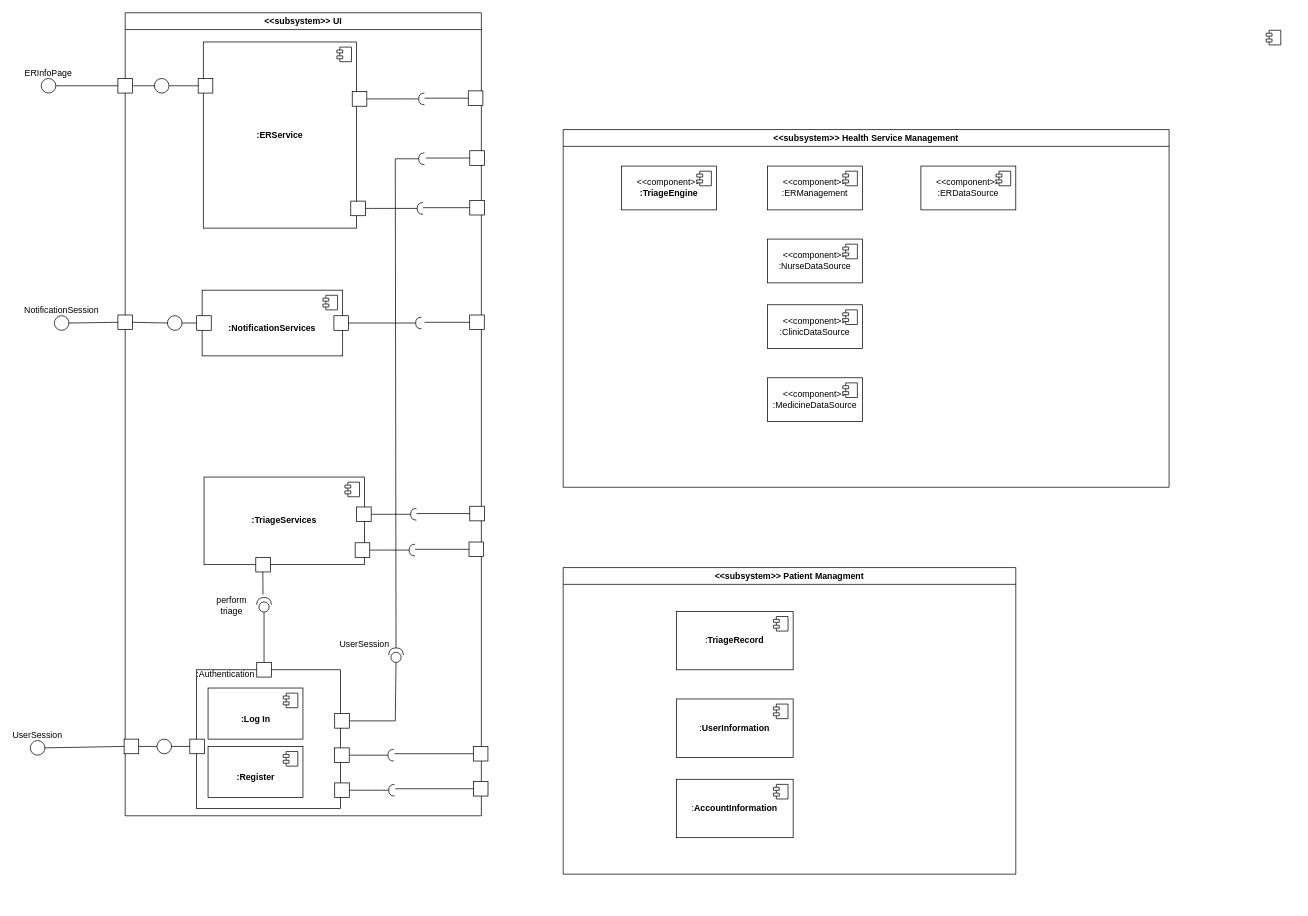
This is Usecases/C&C.drawio from uvic-teach/project-m1-team8, a draw.io file, before an edit. Source tidied: cells renumbered, new cells numbered last; positions are measured from the earlier drawing's top-left corner, leaving out a move shared by most shapes. Both pictures are drawn from the tidied source at 73%, with x=0, y=0 at pixel (15, 12).
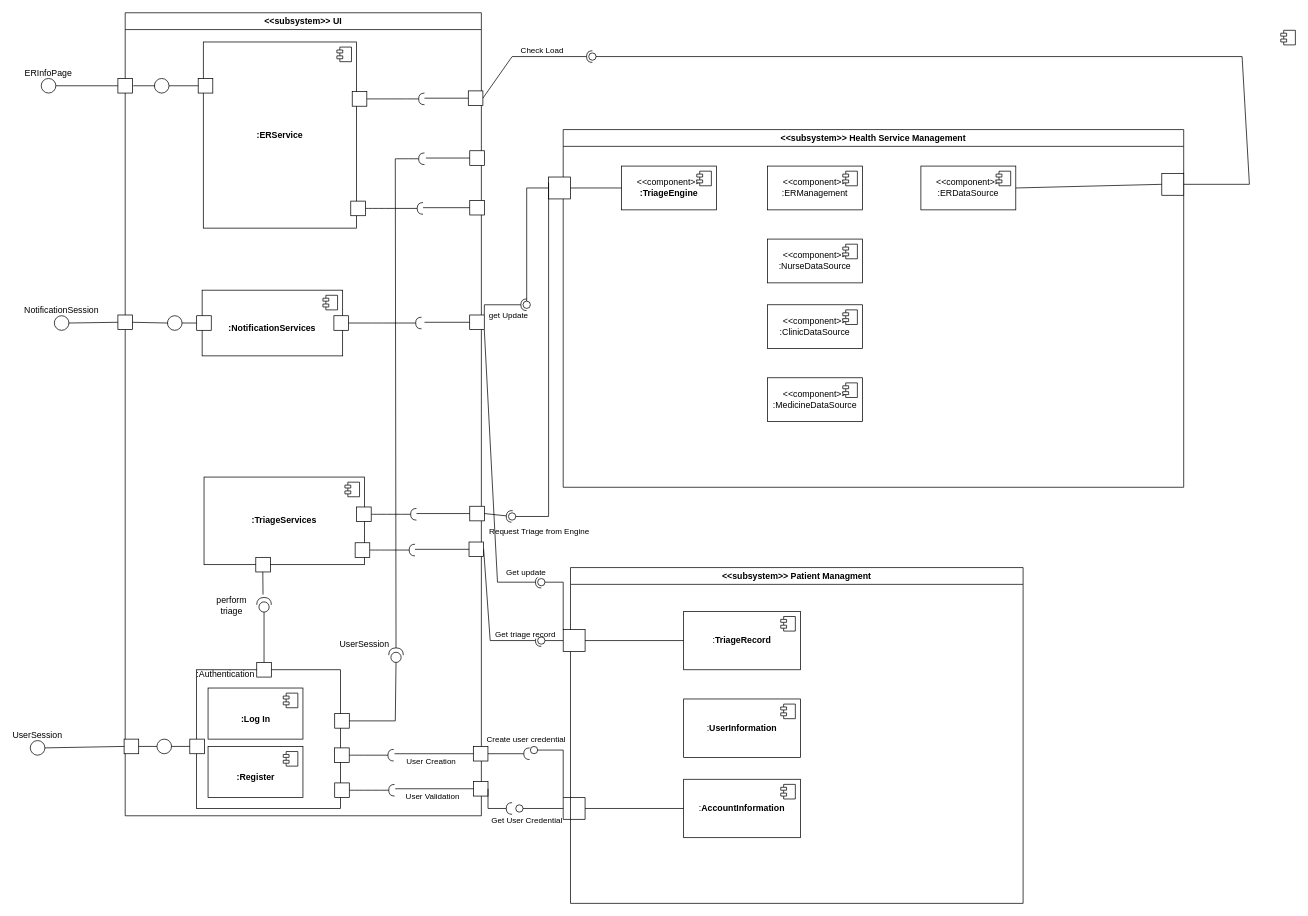
The same diagram, later.

Unchanged cells that the change refers to:
```xml
<mxCell id="28" style="whiteSpace=wrap;html=1;" parent="2" vertex="1">
  <mxGeometry x="471" y="725" width="20" height="20" as="geometry" />
</mxCell>
<mxCell id="32" style="whiteSpace=wrap;html=1;" parent="2" vertex="1">
  <mxGeometry x="472" y="676" width="20" height="20" as="geometry" />
</mxCell>
<mxCell id="51" style="whiteSpace=wrap;html=1;" parent="2" vertex="1">
  <mxGeometry x="471.9" y="414" width="20" height="20" as="geometry" />
</mxCell>
<mxCell id="56" style="whiteSpace=wrap;html=1;" parent="2" vertex="1">
  <mxGeometry x="477" y="1053" width="20" height="20" as="geometry" />
</mxCell>
<mxCell id="57" style="endArrow=none;html=1;rounded=0;entryX=0;entryY=0.5;entryDx=0;entryDy=0;" parent="2" edge="1" target="56">
  <mxGeometry relative="1" as="geometry">
    <mxPoint x="370" y="1063" as="sourcePoint" />
  </mxGeometry>
</mxCell>
<mxCell id="61" style="whiteSpace=wrap;html=1;" parent="2" vertex="1">
  <mxGeometry x="476.9" y="1005" width="20" height="20" as="geometry" />
</mxCell>
<mxCell id="62" style="endArrow=none;html=1;rounded=0;entryX=0;entryY=0.5;entryDx=0;entryDy=0;" parent="2" edge="1" target="61">
  <mxGeometry relative="1" as="geometry">
    <mxPoint x="368.9" y="1015" as="sourcePoint" />
  </mxGeometry>
</mxCell>
<mxCell id="64" value="&amp;lt;&amp;lt;component&amp;gt;&amp;gt;&lt;br&gt;&lt;b&gt;:TriageEngine&lt;br&gt;&lt;/b&gt;" style="html=1;whiteSpace=wrap;" parent="63" vertex="1">
  <mxGeometry x="80" y="50" width="130" height="60" as="geometry" />
</mxCell>
<mxCell id="72" value="&lt;div&gt;&amp;lt;&amp;lt;component&amp;gt;&amp;gt; &lt;br&gt;&lt;/div&gt;&lt;div&gt;:ERDataSource&lt;/div&gt;" style="html=1;whiteSpace=wrap;" parent="63" vertex="1">
  <mxGeometry x="490" y="50" width="130" height="60" as="geometry" />
</mxCell>
<mxCell id="80" value=":&lt;b&gt;AccountInformation&lt;/b&gt;" style="html=1;whiteSpace=wrap;" parent="77" vertex="1">
  <mxGeometry x="155" y="290" width="160" height="80" as="geometry" />
</mxCell>
<mxCell id="82" value=":&lt;b&gt;TriageRecord&lt;/b&gt;" style="html=1;whiteSpace=wrap;" parent="77" vertex="1">
  <mxGeometry x="155" y="60" width="160" height="80" as="geometry" />
</mxCell>
<mxCell id="108" style="whiteSpace=wrap;html=1;" parent="1" vertex="1">
  <mxGeometry x="620" y="107" width="20" height="20" as="geometry" />
</mxCell>
```

Diff of the diagram source:
```diff
@@
+    <mxCell id="110" value="User Validation" style="edgeLabel;html=1;align=center;verticalAlign=middle;" parent="57" vertex="1">
+      <mxGeometry x="0.28" y="3" relative="1" as="geometry">
+        <mxPoint x="-18" y="13" as="offset" />
+      </mxGeometry>
+    </mxCell>
@@
+    <mxCell id="111" value="User Creation" style="edgeLabel;html=1;align=center;verticalAlign=middle;" parent="62" vertex="1">
+      <mxGeometry x="-0.1" y="-4" relative="1" as="geometry">
+        <mxPoint x="1" y="6" as="offset" />
+      </mxGeometry>
+    </mxCell>
     <mxCell id="63" value="&amp;lt;&amp;lt;subsystem&amp;gt;&amp;gt; Health Service Management" style="swimlane;whiteSpace=wrap;html=1;" parent="1" vertex="1">
-      <mxGeometry x="750" y="160" width="830" height="490" as="geometry" />
+      <mxGeometry x="750" y="160" width="850" height="490" as="geometry" />
     </mxCell>
@@
+    <mxCell id="112" style="whiteSpace=wrap;html=1;" parent="63" vertex="1">
+      <mxGeometry x="820" y="60" width="30" height="30" as="geometry" />
+    </mxCell>
+    <mxCell id="113" style="endArrow=none;html=1;rounded=0;exitX=1;exitY=0.5;exitDx=0;exitDy=0;entryX=0;entryY=0.5;entryDx=0;entryDy=0;" parent="63" edge="1" source="72" target="112">
+      <mxGeometry relative="1" as="geometry" />
+    </mxCell>
     <mxCell id="77" value="&amp;lt;&amp;lt;subsystem&amp;gt;&amp;gt; Patient Managment" style="swimlane;whiteSpace=wrap;html=1;" parent="1" vertex="1">
-      <mxGeometry x="750" y="760" width="620" height="420" as="geometry" />
+      <mxGeometry x="760" y="760" width="620" height="460" as="geometry" />
     </mxCell>
@@
+    <mxCell id="114" style="whiteSpace=wrap;html=1;" parent="77" vertex="1">
+      <mxGeometry x="-10" y="85" width="30" height="30" as="geometry" />
+    </mxCell>
+    <mxCell id="115" style="endArrow=none;html=1;rounded=0;entryX=0;entryY=0.5;entryDx=0;entryDy=0;exitX=1;exitY=0.5;exitDx=0;exitDy=0;" parent="77" edge="1" source="114" target="82">
+      <mxGeometry relative="1" as="geometry" />
+    </mxCell>
@@
+    <mxCell id="116" style="whiteSpace=wrap;html=1;" parent="1" vertex="1">
+      <mxGeometry x="730" y="225" width="30" height="30" as="geometry" />
+    </mxCell>
+    <mxCell id="117" style="endArrow=none;html=1;rounded=0;entryX=0;entryY=0.5;entryDx=0;entryDy=0;exitX=1;exitY=0.5;exitDx=0;exitDy=0;" parent="1" edge="1" source="116" target="64">
+      <mxGeometry relative="1" as="geometry" />
+    </mxCell>
+    <mxCell id="118" style="swimlane;startSize=0;" parent="1" vertex="1">
+      <mxGeometry x="750" y="1075" width="30" height="30" as="geometry" />
+    </mxCell>
+    <mxCell id="119" style="endArrow=none;html=1;rounded=0;exitX=1;exitY=0.5;exitDx=0;exitDy=0;entryX=0;entryY=0.5;entryDx=0;entryDy=0;" parent="1" edge="1" source="118" target="80">
+      <mxGeometry relative="1" as="geometry" />
+    </mxCell>
+    <mxCell id="120" style="ellipse;whiteSpace=wrap;html=1;align=center;fillColor=none;strokeColor=none;perimeter=centerPerimeter;" parent="1" vertex="1">
+      <mxGeometry x="670" y="890" width="10" height="10" as="geometry" />
+    </mxCell>
+    <mxCell id="121" style="rounded=0;jettySize=auto;html=1;endArrow=halfCircle;endFill=0;endSize=6;strokeWidth=1;sketch=0;exitX=1;exitY=0.5;exitDx=0;exitDy=0;" parent="1" edge="1" source="32">
+      <mxGeometry relative="1" as="geometry">
+        <mxPoint x="680" y="690" as="targetPoint" />
+      </mxGeometry>
+    </mxCell>
+    <mxCell id="122" style="rounded=0;jettySize=auto;html=1;endArrow=oval;endFill=0;sketch=0;sourcePerimeterSpacing=0;targetPerimeterSpacing=0;endSize=10;exitX=0;exitY=0.25;exitDx=0;exitDy=0;" parent="1" edge="1" source="116">
+      <mxGeometry relative="1" as="geometry">
+        <mxPoint x="680" y="690" as="targetPoint" />
+        <Array as="points">
+          <mxPoint x="730" y="690" />
+        </Array>
+      </mxGeometry>
+    </mxCell>
+    <mxCell id="123" value="Request Triage from Engine" style="edgeLabel;html=1;align=center;verticalAlign=middle;" parent="122" vertex="1">
+      <mxGeometry x="0.94" y="3" relative="1" as="geometry">
+        <mxPoint x="21" y="17" as="offset" />
+      </mxGeometry>
+    </mxCell>
+    <mxCell id="124" style="ellipse;whiteSpace=wrap;html=1;align=center;fillColor=none;strokeColor=none;perimeter=centerPerimeter;" parent="1" vertex="1">
+      <mxGeometry x="575" y="680" width="10" height="10" as="geometry" />
+    </mxCell>
+    <mxCell id="125" style="rounded=0;jettySize=auto;html=1;endArrow=halfCircle;endFill=0;endSize=6;strokeWidth=1;sketch=0;exitX=1;exitY=0.5;exitDx=0;exitDy=0;" parent="1" edge="1" source="56">
+      <mxGeometry relative="1" as="geometry">
+        <mxPoint x="680" y="1090" as="targetPoint" />
+        <Array as="points">
+          <mxPoint x="647" y="1090" />
+        </Array>
+      </mxGeometry>
+    </mxCell>
+    <mxCell id="126" style="rounded=0;jettySize=auto;html=1;endArrow=oval;endFill=0;sketch=0;sourcePerimeterSpacing=0;targetPerimeterSpacing=0;endSize=10;exitX=0;exitY=0.5;exitDx=0;exitDy=0;" parent="1" edge="1" source="118">
+      <mxGeometry relative="1" as="geometry">
+        <mxPoint x="690" y="1090" as="targetPoint" />
+      </mxGeometry>
+    </mxCell>
+    <mxCell id="127" value="Get User Credential" style="edgeLabel;html=1;align=center;verticalAlign=middle;" parent="126" vertex="1">
+      <mxGeometry x="0.34" y="2" relative="1" as="geometry">
+        <mxPoint x="-11" y="13" as="offset" />
+      </mxGeometry>
+    </mxCell>
+    <mxCell id="128" style="ellipse;whiteSpace=wrap;html=1;align=center;fillColor=none;strokeColor=none;perimeter=centerPerimeter;" parent="1" vertex="1">
+      <mxGeometry x="815" y="920" width="10" height="10" as="geometry" />
+    </mxCell>
+    <mxCell id="129" style="rounded=0;jettySize=auto;html=1;endArrow=halfCircle;endFill=0;endSize=6;strokeWidth=1;sketch=0;exitX=1;exitY=0.5;exitDx=0;exitDy=0;" parent="1" edge="1" source="28">
+      <mxGeometry relative="1" as="geometry">
+        <mxPoint x="720" y="860" as="targetPoint" />
+        <Array as="points">
+          <mxPoint x="650" y="860" />
+        </Array>
+      </mxGeometry>
+    </mxCell>
+    <mxCell id="130" value="Get triage record" style="edgeLabel;html=1;align=center;verticalAlign=middle;" parent="129" vertex="1">
+      <mxGeometry x="0.63" y="4" relative="1" as="geometry">
+        <mxPoint x="14" y="-6" as="offset" />
+      </mxGeometry>
+    </mxCell>
+    <mxCell id="131" style="rounded=0;jettySize=auto;html=1;endArrow=oval;endFill=0;sketch=0;sourcePerimeterSpacing=0;targetPerimeterSpacing=0;endSize=10;exitX=0;exitY=0.5;exitDx=0;exitDy=0;" parent="1" edge="1" source="114">
+      <mxGeometry relative="1" as="geometry">
+        <mxPoint x="720" y="860" as="targetPoint" />
+      </mxGeometry>
+    </mxCell>
+    <mxCell id="132" style="ellipse;whiteSpace=wrap;html=1;align=center;fillColor=none;strokeColor=none;perimeter=centerPerimeter;" parent="1" vertex="1">
+      <mxGeometry x="755" y="790" width="10" height="10" as="geometry" />
+    </mxCell>
+    <mxCell id="133" style="rounded=0;jettySize=auto;html=1;endArrow=halfCircle;endFill=0;endSize=6;strokeWidth=1;sketch=0;exitX=1;exitY=0.5;exitDx=0;exitDy=0;" parent="1" edge="1" source="61">
+      <mxGeometry relative="1" as="geometry">
+        <mxPoint x="704" y="1015" as="targetPoint" />
+      </mxGeometry>
+    </mxCell>
+    <mxCell id="134" value="Create user credential" style="edgeLabel;html=1;align=center;verticalAlign=middle;" parent="133" vertex="1">
+      <mxGeometry x="0.37" relative="1" as="geometry">
+        <mxPoint x="13" y="-20" as="offset" />
+      </mxGeometry>
+    </mxCell>
+    <mxCell id="135" style="rounded=0;jettySize=auto;html=1;endArrow=oval;endFill=0;sketch=0;sourcePerimeterSpacing=0;targetPerimeterSpacing=0;endSize=10;exitX=0;exitY=0;exitDx=0;exitDy=0;" parent="1" edge="1" source="118">
+      <mxGeometry relative="1" as="geometry">
+        <mxPoint x="710" y="1010" as="targetPoint" />
+        <Array as="points">
+          <mxPoint x="750" y="1010" />
+        </Array>
+      </mxGeometry>
+    </mxCell>
+    <mxCell id="136" style="ellipse;whiteSpace=wrap;html=1;align=center;fillColor=none;strokeColor=none;perimeter=centerPerimeter;" parent="1" vertex="1">
+      <mxGeometry x="795" y="840" width="10" height="10" as="geometry" />
+    </mxCell>
+    <mxCell id="137" style="rounded=0;jettySize=auto;html=1;endArrow=halfCircle;endFill=0;endSize=6;strokeWidth=1;sketch=0;exitX=1;exitY=0;exitDx=0;exitDy=0;" parent="1" edge="1" source="51">
+      <mxGeometry relative="1" as="geometry">
+        <mxPoint x="700" y="400" as="targetPoint" />
+        <Array as="points">
+          <mxPoint x="642" y="400" />
+        </Array>
+      </mxGeometry>
+    </mxCell>
+    <mxCell id="138" value="get Update" style="edgeLabel;html=1;align=center;verticalAlign=middle;" parent="137" vertex="1">
+      <mxGeometry x="-0.1" y="1" relative="1" as="geometry">
+        <mxPoint x="15" y="15" as="offset" />
+      </mxGeometry>
+    </mxCell>
+    <mxCell id="139" style="rounded=0;jettySize=auto;html=1;endArrow=oval;endFill=0;sketch=0;sourcePerimeterSpacing=0;targetPerimeterSpacing=0;endSize=10;exitX=0;exitY=0.5;exitDx=0;exitDy=0;" parent="1" edge="1" source="116">
+      <mxGeometry relative="1" as="geometry">
+        <mxPoint x="700" y="400" as="targetPoint" />
+        <Array as="points">
+          <mxPoint x="700" y="240" />
+        </Array>
+      </mxGeometry>
+    </mxCell>
+    <mxCell id="140" style="ellipse;whiteSpace=wrap;html=1;align=center;fillColor=none;strokeColor=none;perimeter=centerPerimeter;" parent="1" vertex="1">
+      <mxGeometry x="785" y="360" width="10" height="10" as="geometry" />
+    </mxCell>
+    <mxCell id="141" style="rounded=0;jettySize=auto;html=1;endArrow=halfCircle;endFill=0;endSize=6;strokeWidth=1;sketch=0;exitX=1;exitY=1;exitDx=0;exitDy=0;" parent="1" edge="1" source="51">
+      <mxGeometry relative="1" as="geometry">
+        <mxPoint x="720" y="780" as="targetPoint" />
+        <Array as="points">
+          <mxPoint x="660" y="780" />
+        </Array>
+      </mxGeometry>
+    </mxCell>
+    <mxCell id="142" value="Get update" style="edgeLabel;html=1;align=center;verticalAlign=middle;" parent="141" vertex="1">
+      <mxGeometry x="0.84" y="-4" relative="1" as="geometry">
+        <mxPoint x="11" y="-18" as="offset" />
+      </mxGeometry>
+    </mxCell>
+    <mxCell id="143" style="rounded=0;jettySize=auto;html=1;endArrow=oval;endFill=0;sketch=0;sourcePerimeterSpacing=0;targetPerimeterSpacing=0;endSize=10;exitX=0;exitY=0;exitDx=0;exitDy=0;" parent="1" edge="1" source="114">
+      <mxGeometry relative="1" as="geometry">
+        <mxPoint x="720" y="780" as="targetPoint" />
+        <Array as="points">
+          <mxPoint x="750" y="780" />
+        </Array>
+      </mxGeometry>
+    </mxCell>
+    <mxCell id="144" style="ellipse;whiteSpace=wrap;html=1;align=center;fillColor=none;strokeColor=none;perimeter=centerPerimeter;" parent="1" vertex="1">
+      <mxGeometry x="785" y="690" width="10" height="10" as="geometry" />
+    </mxCell>
+    <mxCell id="145" style="rounded=0;jettySize=auto;html=1;endArrow=halfCircle;endFill=0;endSize=6;strokeWidth=1;sketch=0;exitX=1;exitY=0.5;exitDx=0;exitDy=0;" parent="1" edge="1" source="108">
+      <mxGeometry relative="1" as="geometry">
+        <mxPoint x="790" y="60" as="targetPoint" />
+        <Array as="points">
+          <mxPoint x="680" y="60" />
+        </Array>
+      </mxGeometry>
+    </mxCell>
+    <mxCell id="146" value="Check Load" style="edgeLabel;html=1;align=center;verticalAlign=middle;" parent="145" vertex="1">
+      <mxGeometry x="0.22" y="1" relative="1" as="geometry">
+        <mxPoint y="-9" as="offset" />
+      </mxGeometry>
+    </mxCell>
+    <mxCell id="147" style="rounded=0;jettySize=auto;html=1;endArrow=oval;endFill=0;sketch=0;sourcePerimeterSpacing=0;targetPerimeterSpacing=0;endSize=10;exitX=1;exitY=0.5;exitDx=0;exitDy=0;" parent="1" edge="1" source="112">
+      <mxGeometry relative="1" as="geometry">
+        <mxPoint x="790" y="60" as="targetPoint" />
+        <Array as="points">
+          <mxPoint x="1690" y="235" />
+          <mxPoint x="1680" y="60" />
+        </Array>
+      </mxGeometry>
+    </mxCell>
+    <mxCell id="148" style="ellipse;whiteSpace=wrap;html=1;align=center;fillColor=none;strokeColor=none;perimeter=centerPerimeter;" parent="1" vertex="1">
+      <mxGeometry x="795" y="100" width="10" height="10" as="geometry" />
+    </mxCell>
```
